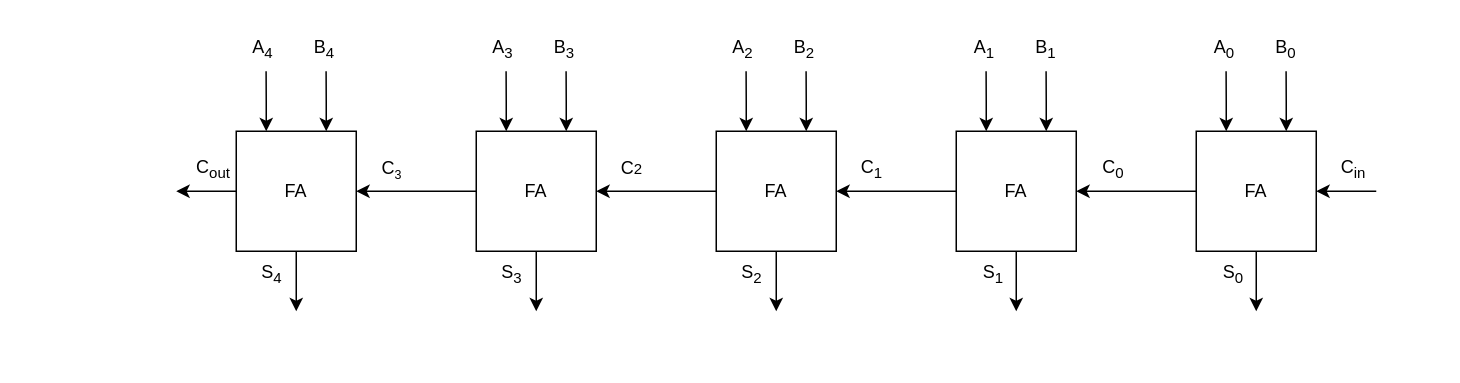
Earlier version of the draw.io diagram Untitled Diagram.drawio (KLX1899/CA_HWs). Source tidied: cells renumbered, new cells numbered last; positions are measured from the earlier drawing's top-left corner, leaving out a move shared by most shapes. Both pictures are drawn from the tidied source at 150%, with x=0, y=0 at pixel (176, 26).
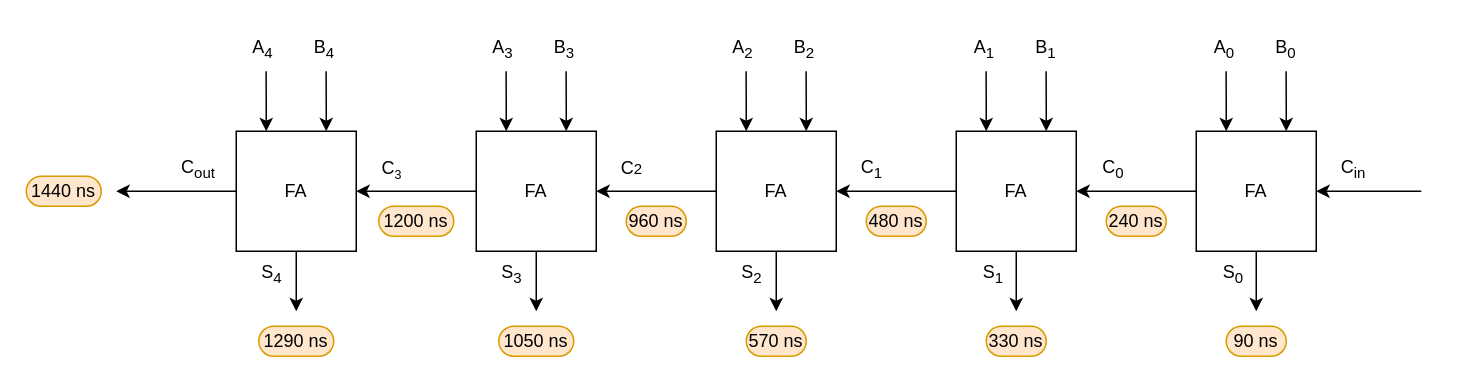
The same page after the edit.

The change refers to these unchanged cells:
```xml
<mxCell id="7" value="FA" style="whiteSpace=wrap;html=1;fillColor=none;" parent="1" vertex="1">
  <mxGeometry x="680" y="70" width="80" height="80" as="geometry" />
</mxCell>
<mxCell id="27" value="FA" style="whiteSpace=wrap;html=1;fillColor=none;" parent="1" vertex="1">
  <mxGeometry x="40" y="70" width="80" height="80" as="geometry" />
</mxCell>
```

Change to the diagram source:
```diff
@@
     <mxCell id="6" style="edgeStyle=orthogonalEdgeStyle;rounded=0;jettySize=auto;html=1;exitX=1;exitY=0.5;exitDx=0;exitDy=0;startArrow=classic;startFill=1;endArrow=none;endFill=0;" parent="1" edge="1" source="7">
       <mxGeometry relative="1" as="geometry">
-        <mxPoint x="800" y="110" as="targetPoint" />
+        <mxPoint x="830" y="110" as="targetPoint" />
       </mxGeometry>
     </mxCell>
@@
     <mxCell id="26" style="edgeStyle=orthogonalEdgeStyle;rounded=0;jettySize=auto;html=1;exitX=0;exitY=0.5;exitDx=0;exitDy=0;" parent="1" edge="1" source="27">
       <mxGeometry relative="1" as="geometry">
-        <mxPoint y="110" as="targetPoint" />
+        <mxPoint x="-40" y="110" as="targetPoint" />
       </mxGeometry>
     </mxCell>
@@
     <mxCell id="48" value="C&lt;sub&gt;out&lt;/sub&gt;" style="text;html=1;align=center;verticalAlign=middle;whiteSpace=wrap;rounded=0;" parent="1" vertex="1">
-      <mxGeometry x="10" y="80" width="30" height="30" as="geometry" />
+      <mxGeometry y="80" width="30" height="30" as="geometry" />
     </mxCell>
+    <mxCell id="49" value="240 ns" style="text;html=1;align=center;verticalAlign=middle;whiteSpace=wrap;rounded=1;fillColor=#ffe6cc;arcSize=50;strokeColor=#d79b00;" parent="1" vertex="1">
+      <mxGeometry x="620" y="120" width="40" height="20" as="geometry" />
+    </mxCell>
+    <mxCell id="50" value="90 ns" style="text;html=1;align=center;verticalAlign=middle;whiteSpace=wrap;rounded=1;fillColor=#ffe6cc;arcSize=50;strokeColor=#d79b00;" parent="1" vertex="1">
+      <mxGeometry x="700" y="200" width="40" height="20" as="geometry" />
+    </mxCell>
+    <mxCell id="51" value="330 ns" style="text;html=1;align=center;verticalAlign=middle;whiteSpace=wrap;rounded=1;fillColor=#ffe6cc;arcSize=50;strokeColor=#d79b00;" parent="1" vertex="1">
+      <mxGeometry x="540" y="200" width="40" height="20" as="geometry" />
+    </mxCell>
+    <mxCell id="52" value="480 ns" style="text;html=1;align=center;verticalAlign=middle;whiteSpace=wrap;rounded=1;fillColor=#ffe6cc;arcSize=50;strokeColor=#d79b00;" parent="1" vertex="1">
+      <mxGeometry x="460" y="120" width="40" height="20" as="geometry" />
+    </mxCell>
+    <mxCell id="53" value="570 ns" style="text;html=1;align=center;verticalAlign=middle;whiteSpace=wrap;rounded=1;fillColor=#ffe6cc;arcSize=50;strokeColor=#d79b00;" parent="1" vertex="1">
+      <mxGeometry x="380" y="200" width="40" height="20" as="geometry" />
+    </mxCell>
+    <mxCell id="54" value="960 ns" style="text;html=1;align=center;verticalAlign=middle;whiteSpace=wrap;rounded=1;fillColor=#ffe6cc;arcSize=50;strokeColor=#d79b00;" parent="1" vertex="1">
+      <mxGeometry x="300" y="120" width="40" height="20" as="geometry" />
+    </mxCell>
+    <mxCell id="55" value="1050 ns" style="text;html=1;align=center;verticalAlign=middle;whiteSpace=wrap;rounded=1;fillColor=#ffe6cc;arcSize=50;strokeColor=#d79b00;" parent="1" vertex="1">
+      <mxGeometry x="215" y="200" width="50" height="20" as="geometry" />
+    </mxCell>
+    <mxCell id="56" value="1200 ns" style="text;html=1;align=center;verticalAlign=middle;whiteSpace=wrap;rounded=1;fillColor=#ffe6cc;arcSize=50;strokeColor=#d79b00;" parent="1" vertex="1">
+      <mxGeometry x="135" y="120" width="50" height="20" as="geometry" />
+    </mxCell>
+    <mxCell id="57" value="1290 ns" style="text;html=1;align=center;verticalAlign=middle;whiteSpace=wrap;rounded=1;fillColor=#ffe6cc;arcSize=50;strokeColor=#d79b00;" parent="1" vertex="1">
+      <mxGeometry x="55" y="200" width="50" height="20" as="geometry" />
+    </mxCell>
+    <mxCell id="58" value="1440 ns" style="text;html=1;align=center;verticalAlign=middle;whiteSpace=wrap;rounded=1;fillColor=#ffe6cc;arcSize=50;strokeColor=#d79b00;" parent="1" vertex="1">
+      <mxGeometry x="-100" y="100" width="50" height="20" as="geometry" />
+    </mxCell>
```
